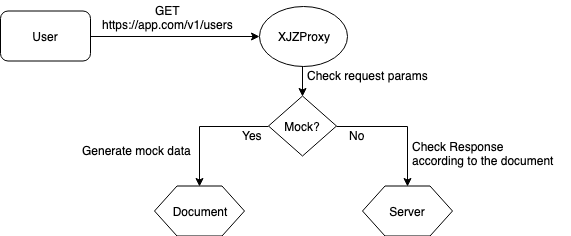
Above: imgs/workflow.png in xiejiangzhi/xjzproxy-docs (draw.io), before the change. Source tidied: cells renumbered, new cells last; positions are measured from the earlier drawing's top-left corner, leaving out a move shared by most shapes. Its diagram source:
```xml
<mxGraphModel>
  <root>
    <mxCell id="0" />
    <mxCell id="1" parent="0" />
    <mxCell id="2" style="edgeStyle=orthogonalEdgeStyle;rounded=0;jettySize=auto;html=1;exitX=0.5;exitY=1;exitDx=0;exitDy=0;entryX=0.5;entryY=0;entryDx=0;entryDy=0;" parent="1" edge="1" source="3" target="11">
      <mxGeometry relative="1" as="geometry" />
    </mxCell>
    <mxCell id="3" value="XJZProxy" style="ellipse;whiteSpace=wrap;html=1;" parent="1" vertex="1">
      <mxGeometry x="259" y="5.5" width="88" height="60" as="geometry" />
    </mxCell>
    <mxCell id="4" style="edgeStyle=orthogonalEdgeStyle;rounded=0;jettySize=auto;html=1;exitX=1;exitY=0.5;exitDx=0;exitDy=0;entryX=0;entryY=0.5;entryDx=0;entryDy=0;" parent="1" edge="1" source="5" target="3">
      <mxGeometry relative="1" as="geometry" />
    </mxCell>
    <mxCell id="5" value="User" style="rounded=1;whiteSpace=wrap;html=1;" parent="1" vertex="1">
      <mxGeometry y="10.5" width="90" height="50" as="geometry" />
    </mxCell>
    <mxCell id="6" value="Server" style="shape=hexagon;perimeter=hexagonPerimeter2;whiteSpace=wrap;html=1;" parent="1" vertex="1">
      <mxGeometry x="362" y="185.5" width="90" height="50" as="geometry" />
    </mxCell>
    <mxCell id="7" value="Document" style="shape=hexagon;perimeter=hexagonPerimeter2;whiteSpace=wrap;html=1;" parent="1" vertex="1">
      <mxGeometry x="154" y="185.5" width="90" height="50" as="geometry" />
    </mxCell>
    <mxCell id="8" value="GET&lt;br&gt;https://app.com/v1/users" style="text;html=1;align=center;verticalAlign=top;spacingTop=-4;" parent="1" vertex="1">
      <mxGeometry x="92" y="0.5" width="150" height="30" as="geometry" />
    </mxCell>
    <mxCell id="9" style="edgeStyle=orthogonalEdgeStyle;rounded=0;jettySize=auto;html=1;exitX=1;exitY=0.5;exitDx=0;exitDy=0;entryX=0.5;entryY=0;entryDx=0;entryDy=0;" parent="1" edge="1" source="11" target="6">
      <mxGeometry relative="1" as="geometry" />
    </mxCell>
    <mxCell id="10" style="edgeStyle=orthogonalEdgeStyle;rounded=0;jettySize=auto;html=1;exitX=0;exitY=0.5;exitDx=0;exitDy=0;entryX=0.5;entryY=0;entryDx=0;entryDy=0;" parent="1" edge="1" source="11" target="7">
      <mxGeometry relative="1" as="geometry" />
    </mxCell>
    <mxCell id="11" value="Mock?" style="rhombus;whiteSpace=wrap;html=1;align=center;" parent="1" vertex="1">
      <mxGeometry x="268" y="95.5" width="68" height="60" as="geometry" />
    </mxCell>
    <mxCell id="12" value="Yes" style="text;html=1;align=left;verticalAlign=top;spacingTop=-4;" parent="1" vertex="1">
      <mxGeometry x="240" y="125.5" width="40" height="20" as="geometry" />
    </mxCell>
    <mxCell id="13" value="No&lt;br&gt;" style="text;html=1;align=left;verticalAlign=top;spacingTop=-4;" parent="1" vertex="1">
      <mxGeometry x="347" y="125.5" width="30" height="20" as="geometry" />
    </mxCell>
    <mxCell id="14" value="Check Response&lt;br&gt;according to the document&amp;nbsp;&lt;br&gt;" style="text;html=1;align=left;verticalAlign=top;spacingTop=-4;horizontal=1;" parent="1" vertex="1">
      <mxGeometry x="410" y="136.5" width="160" height="30" as="geometry" />
    </mxCell>
    <mxCell id="15" value="Check request params&lt;br&gt;" style="text;html=1;align=left;verticalAlign=top;spacingTop=-4;" parent="1" vertex="1">
      <mxGeometry x="305" y="65.5" width="140" height="20" as="geometry" />
    </mxCell>
    <mxCell id="16" value="Generate mock data&amp;nbsp;&lt;br&gt;" style="text;html=1;align=left;verticalAlign=top;spacingTop=-4;" parent="1" vertex="1">
      <mxGeometry x="80" y="140.5" width="130" height="20" as="geometry" />
    </mxCell>
  </root>
</mxGraphModel>
```
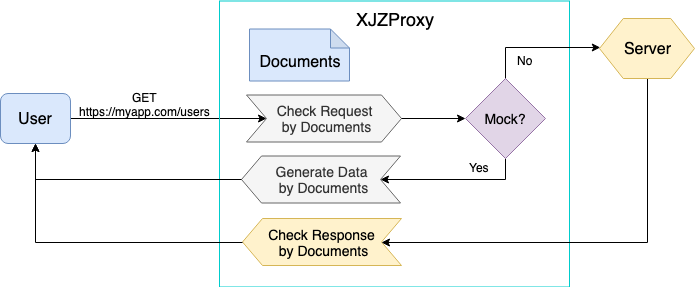
After the commit.

The edit, as a diff of the source:
```diff
@@ -2,50 +2,81 @@
   <root>
     <mxCell id="0" />
     <mxCell id="1" parent="0" />
-    <mxCell id="2" style="edgeStyle=orthogonalEdgeStyle;rounded=0;jettySize=auto;html=1;exitX=0.5;exitY=1;exitDx=0;exitDy=0;entryX=0.5;entryY=0;entryDx=0;entryDy=0;" parent="1" edge="1" source="3" target="11">
-      <mxGeometry relative="1" as="geometry" />
-    </mxCell>
+    <mxCell id="17" style="edgeStyle=orthogonalEdgeStyle;rounded=0;jettySize=auto;html=1;exitX=1;exitY=0.5;exitDx=0;exitDy=0;entryX=0;entryY=0.5;entryDx=0;entryDy=0;" parent="1" edge="1" source="5" target="22">
+      <mxGeometry relative="1" as="geometry" />
+    </mxCell>
+    <mxCell id="5" value="User" style="rounded=1;whiteSpace=wrap;html=1;fillColor=#dae8fc;strokeColor=#6c8ebf;fontSize=16;" parent="1" vertex="1">
+      <mxGeometry x="1" y="-95" width="70" height="50" as="geometry" />
+    </mxCell>
+    <mxCell id="18" value="GET&lt;br&gt;https://myapp.com/users&lt;br&gt;" style="text;html=1;align=center;verticalAlign=top;spacingTop=-4;" parent="1" vertex="1">
+      <mxGeometry x="70" y="-100" width="150" height="30" as="geometry" />
+    </mxCell>
+    <mxCell id="19" style="group;direction=south;" parent="1" vertex="1">
+      <mxGeometry x="248" y="-175" width="352" height="273.5" as="geometry" />
+    </mxCell>
+    <mxCell id="20" style="group;" parent="19" vertex="1">
+      <mxGeometry x="-27" y="37.5" width="379" height="236" as="geometry" />
+    </mxCell>
+    <mxCell id="21" style="group;" parent="20" vertex="1">
+      <mxGeometry x="-1" y="-50" width="380" height="286" as="geometry" />
+    </mxCell>
-    <mxCell id="3" value="XJZProxy" style="ellipse;whiteSpace=wrap;html=1;" parent="1" vertex="1">
-      <mxGeometry x="259" y="5.5" width="88" height="60" as="geometry" />
+    <mxCell id="3" value="XJZProxy" style="rounded=0;whiteSpace=wrap;html=1;verticalAlign=top;fillColor=none;fontSize=18;strokeColor=#00CCCC;" parent="21" vertex="1">
+      <mxGeometry width="350" height="286" as="geometry" />
     </mxCell>
-    <mxCell id="4" style="edgeStyle=orthogonalEdgeStyle;rounded=0;jettySize=auto;html=1;exitX=1;exitY=0.5;exitDx=0;exitDy=0;entryX=0;entryY=0.5;entryDx=0;entryDy=0;" parent="1" edge="1" source="5" target="3">
-      <mxGeometry relative="1" as="geometry" />
-    </mxCell>
-    <mxCell id="5" value="User" style="rounded=1;whiteSpace=wrap;html=1;" parent="1" vertex="1">
-      <mxGeometry y="10.5" width="90" height="50" as="geometry" />
-    </mxCell>
+    <mxCell id="22" value="Check&amp;nbsp;Request&lt;br style=&quot;font-size: 14px;&quot;&gt;&amp;nbsp;by Documents" style="shape=step;perimeter=stepPerimeter;whiteSpace=wrap;html=1;fixedSize=1;align=center;fillColor=#f5f5f5;strokeColor=#666666;fontColor=#333333;fontSize=14;" parent="21" vertex="1">
+      <mxGeometry x="27" y="94" width="155" height="47" as="geometry" />
+    </mxCell>
+    <mxCell id="23" value="Documents&lt;br style=&quot;font-size: 16px&quot;&gt;" style="shape=note;whiteSpace=wrap;html=1;backgroundOutline=1;darkOpacity=0.05;verticalAlign=bottom;size=19;fillColor=#dae8fc;strokeColor=#6c8ebf;fontSize=16;spacingBottom=7;" parent="21" vertex="1">
+      <mxGeometry x="30" y="28" width="100" height="52" as="geometry" />
+    </mxCell>
+    <mxCell id="24" value="Generate Data&lt;br style=&quot;font-size: 14px;&quot;&gt;&amp;nbsp;by Documents" style="shape=step;perimeter=stepPerimeter;whiteSpace=wrap;html=1;fixedSize=1;align=center;size=20;direction=west;fillColor=#f5f5f5;strokeColor=#666666;fontColor=#333333;fontSize=14;" parent="21" vertex="1">
+      <mxGeometry x="22" y="155" width="159" height="47" as="geometry" />
+    </mxCell>
+    <mxCell id="25" value="Check Response&lt;br style=&quot;font-size: 14px&quot;&gt;&amp;nbsp;by Documents" style="shape=step;perimeter=stepPerimeter;whiteSpace=wrap;html=1;fixedSize=1;align=center;size=20;direction=west;fillColor=#fff2cc;strokeColor=#d6b656;fontSize=14;" parent="21" vertex="1">
+      <mxGeometry x="23" y="217.5" width="159" height="47" as="geometry" />
+    </mxCell>
+    <mxCell id="13" value="No" style="text;html=1;align=left;verticalAlign=top;spacingTop=-4;" parent="21" vertex="1">
+      <mxGeometry x="296" y="50" width="30" height="20" as="geometry" />
+    </mxCell>
+    <mxCell id="26" style="edgeStyle=orthogonalEdgeStyle;rounded=0;jettySize=auto;html=1;exitX=0.5;exitY=1;exitDx=0;exitDy=0;entryX=0;entryY=0.5;entryDx=0;entryDy=0;" parent="1" edge="1" source="6" target="25">
+      <mxGeometry relative="1" as="geometry">
+        <Array as="points">
+          <mxPoint x="648" y="54" />
+        </Array>
+      </mxGeometry>
+    </mxCell>
-    <mxCell id="6" value="Server" style="shape=hexagon;perimeter=hexagonPerimeter2;whiteSpace=wrap;html=1;" parent="1" vertex="1">
-      <mxGeometry x="362" y="185.5" width="90" height="50" as="geometry" />
+    <mxCell id="6" value="Server" style="shape=hexagon;perimeter=hexagonPerimeter2;whiteSpace=wrap;html=1;align=center;fillColor=#fff2cc;strokeColor=#d6b656;fontSize=16;" parent="1" vertex="1">
+      <mxGeometry x="600" y="-170" width="95" height="60" as="geometry" />
     </mxCell>
-    <mxCell id="7" value="Document" style="shape=hexagon;perimeter=hexagonPerimeter2;whiteSpace=wrap;html=1;" parent="1" vertex="1">
-      <mxGeometry x="154" y="185.5" width="90" height="50" as="geometry" />
-    </mxCell>
-    <mxCell id="8" value="GET&lt;br&gt;https://app.com/v1/users" style="text;html=1;align=center;verticalAlign=top;spacingTop=-4;" parent="1" vertex="1">
-      <mxGeometry x="92" y="0.5" width="150" height="30" as="geometry" />
-    </mxCell>
-    <mxCell id="9" style="edgeStyle=orthogonalEdgeStyle;rounded=0;jettySize=auto;html=1;exitX=1;exitY=0.5;exitDx=0;exitDy=0;entryX=0.5;entryY=0;entryDx=0;entryDy=0;" parent="1" edge="1" source="11" target="6">
-      <mxGeometry relative="1" as="geometry" />
-    </mxCell>
-    <mxCell id="10" style="edgeStyle=orthogonalEdgeStyle;rounded=0;jettySize=auto;html=1;exitX=0;exitY=0.5;exitDx=0;exitDy=0;entryX=0.5;entryY=0;entryDx=0;entryDy=0;" parent="1" edge="1" source="11" target="7">
-      <mxGeometry relative="1" as="geometry" />
-    </mxCell>
+    <mxCell id="27" style="edgeStyle=orthogonalEdgeStyle;rounded=0;jettySize=auto;html=1;exitX=0.5;exitY=1;exitDx=0;exitDy=0;entryX=0;entryY=0.5;entryDx=0;entryDy=0;" parent="1" edge="1" source="11" target="24">
+      <mxGeometry relative="1" as="geometry">
+        <Array as="points">
+          <mxPoint x="506" y="-9" />
+        </Array>
+      </mxGeometry>
+    </mxCell>
+    <mxCell id="28" style="edgeStyle=orthogonalEdgeStyle;rounded=0;jettySize=auto;html=1;exitX=0.5;exitY=0;exitDx=0;exitDy=0;" parent="1" edge="1" target="6">
+      <mxGeometry relative="1" as="geometry">
+        <mxPoint x="506" y="-109" as="sourcePoint" />
+        <Array as="points">
+          <mxPoint x="506" y="-141" />
+        </Array>
+      </mxGeometry>
+    </mxCell>
-    <mxCell id="11" value="Mock?" style="rhombus;whiteSpace=wrap;html=1;align=center;" parent="1" vertex="1">
-      <mxGeometry x="268" y="95.5" width="68" height="60" as="geometry" />
+    <mxCell id="11" value="Mock?" style="rhombus;whiteSpace=wrap;html=1;align=center;fillColor=#e1d5e7;strokeColor=#9673a6;fontSize=14;" parent="1" vertex="1">
+      <mxGeometry x="466" y="-110" width="80" height="80" as="geometry" />
     </mxCell>
+    <mxCell id="29" style="edgeStyle=orthogonalEdgeStyle;rounded=0;jettySize=auto;html=1;exitX=1;exitY=0.5;exitDx=0;exitDy=0;entryX=0;entryY=0.5;entryDx=0;entryDy=0;" parent="1" edge="1" source="22" target="11">
+      <mxGeometry relative="1" as="geometry" />
+    </mxCell>
-    <mxCell id="12" value="Yes" style="text;html=1;align=left;verticalAlign=top;spacingTop=-4;" parent="1" vertex="1">
-      <mxGeometry x="240" y="125.5" width="40" height="20" as="geometry" />
+    <mxCell id="12" value="Yes&lt;br&gt;" style="text;html=1;align=left;verticalAlign=top;spacingTop=-4;" parent="1" vertex="1">
+      <mxGeometry x="468" y="-30" width="40" height="20" as="geometry" />
     </mxCell>
-    <mxCell id="13" value="No&lt;br&gt;" style="text;html=1;align=left;verticalAlign=top;spacingTop=-4;" parent="1" vertex="1">
-      <mxGeometry x="347" y="125.5" width="30" height="20" as="geometry" />
-    </mxCell>
-    <mxCell id="14" value="Check Response&lt;br&gt;according to the document&amp;nbsp;&lt;br&gt;" style="text;html=1;align=left;verticalAlign=top;spacingTop=-4;horizontal=1;" parent="1" vertex="1">
-      <mxGeometry x="410" y="136.5" width="160" height="30" as="geometry" />
-    </mxCell>
-    <mxCell id="15" value="Check request params&lt;br&gt;" style="text;html=1;align=left;verticalAlign=top;spacingTop=-4;" parent="1" vertex="1">
-      <mxGeometry x="305" y="65.5" width="140" height="20" as="geometry" />
-    </mxCell>
-    <mxCell id="16" value="Generate mock data&amp;nbsp;&lt;br&gt;" style="text;html=1;align=left;verticalAlign=top;spacingTop=-4;" parent="1" vertex="1">
-      <mxGeometry x="80" y="140.5" width="130" height="20" as="geometry" />
-    </mxCell>
+    <mxCell id="30" style="edgeStyle=orthogonalEdgeStyle;rounded=0;jettySize=auto;html=1;exitX=1;exitY=0.5;exitDx=0;exitDy=0;entryX=0.5;entryY=1;entryDx=0;entryDy=0;" parent="1" edge="1" source="24" target="5">
+      <mxGeometry relative="1" as="geometry" />
+    </mxCell>
+    <mxCell id="31" style="edgeStyle=orthogonalEdgeStyle;rounded=0;jettySize=auto;html=1;exitX=1;exitY=0.5;exitDx=0;exitDy=0;entryX=0.5;entryY=1;entryDx=0;entryDy=0;" parent="1" edge="1" source="25" target="5">
+      <mxGeometry relative="1" as="geometry" />
+    </mxCell>
   </root>
 </mxGraphModel>
```
